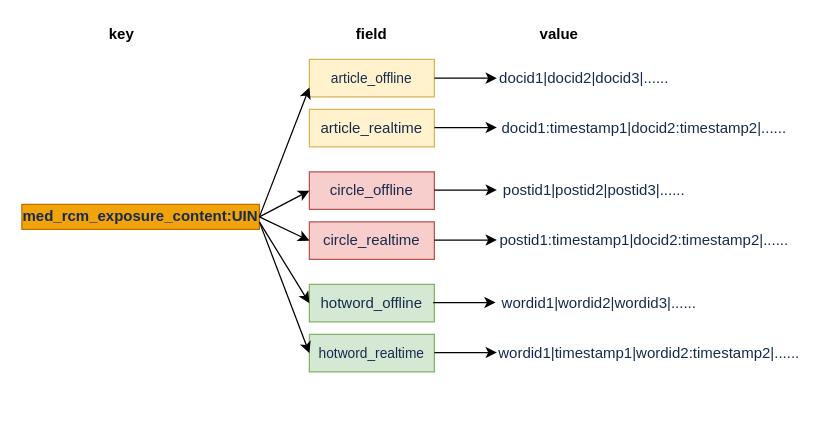
Before: exposure_redis_hash.drawio in checkking/diagrams, a draw.io diagram. Source tidied: cells renumbered, new cells numbered last; positions are measured from the earlier drawing's top-left corner, leaving out a move shared by most shapes. Both pictures are drawn from the tidied source at 125%, with x=0, y=0 at pixel (21, 21).
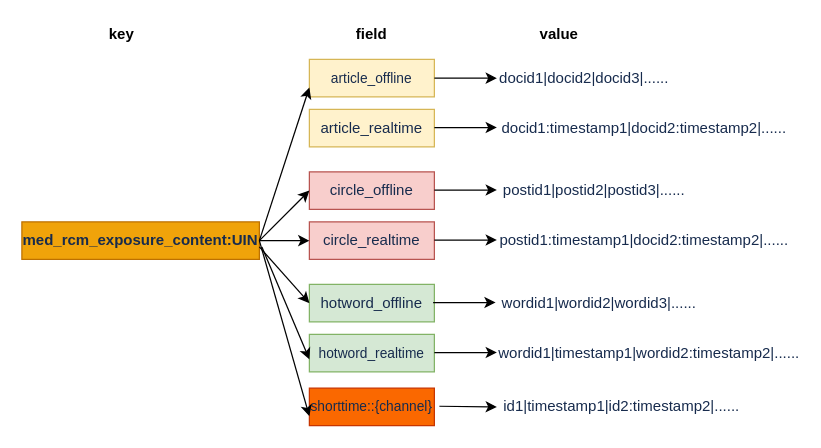
The same diagram, later.

The change refers to these unchanged cells:
```xml
<mxCell id="5" value="&lt;span style=&quot;margin: 0px ; color: rgb(23 , 43 , 77) ; text-align: left&quot;&gt;&lt;font style=&quot;font-size: 12px&quot;&gt;circle_offline&lt;/font&gt;&lt;/span&gt;" style="rounded=0;whiteSpace=wrap;html=1;fillColor=#f8cecc;strokeColor=#b85450;" parent="1" vertex="1">
  <mxGeometry x="230" y="120" width="100" height="30" as="geometry" />
</mxCell>
<mxCell id="6" value="&lt;span style=&quot;margin: 0px ; color: rgb(23 , 43 , 77) ; text-align: left&quot;&gt;&lt;font style=&quot;font-size: 12px&quot;&gt;&lt;span style=&quot;margin: 0px&quot;&gt;circle&lt;/span&gt;_realtime&lt;/font&gt;&lt;/span&gt;" style="rounded=0;whiteSpace=wrap;html=1;fillColor=#f8cecc;strokeColor=#b85450;" parent="1" vertex="1">
  <mxGeometry x="230" y="160" width="100" height="30" as="geometry" />
</mxCell>
<mxCell id="7" value="&lt;span style=&quot;margin: 0px ; color: rgb(23 , 43 , 77) ; text-align: left&quot;&gt;&lt;font style=&quot;font-size: 12px&quot;&gt;hotword_offline&lt;/font&gt;&lt;/span&gt;" style="rounded=0;whiteSpace=wrap;html=1;fillColor=#d5e8d4;strokeColor=#82b366;" parent="1" vertex="1">
  <mxGeometry x="230" y="210" width="100" height="30" as="geometry" />
</mxCell>
<mxCell id="8" value="&lt;span style=&quot;margin: 0px ; color: rgb(23 , 43 , 77) ; text-align: left&quot;&gt;&lt;font style=&quot;font-size: 11px&quot;&gt;hotword_realtime&lt;/font&gt;&lt;/span&gt;" style="rounded=0;whiteSpace=wrap;html=1;fontSize=11;fillColor=#d5e8d4;strokeColor=#82b366;" parent="1" vertex="1">
  <mxGeometry x="230" y="250" width="100" height="30" as="geometry" />
</mxCell>
```

Change to the diagram source:
```diff
@@
     <mxCell id="2" value="&lt;strong style=&quot;margin: 0px ; color: rgb(23 , 43 , 77) ; text-align: left&quot;&gt;&lt;span style=&quot;margin: 0px&quot;&gt;&lt;font style=&quot;font-size: 12px&quot;&gt;med_rcm_exposure_content:UIN&lt;/font&gt;&lt;/span&gt;&lt;/strong&gt;" style="rounded=0;whiteSpace=wrap;html=1;fillColor=#f0a30a;strokeColor=#BD7000;fontColor=#ffffff;" parent="1" vertex="1">
-      <mxGeometry y="146" width="190" height="20" as="geometry" />
+      <mxGeometry y="160" width="190" height="30" as="geometry" />
     </mxCell>
@@
-    <mxCell id="10" style="endArrow=classic;html=1;entryX=0;entryY=0.5;entryDx=0;entryDy=0;" parent="1" edge="1" target="5">
-      <mxGeometry relative="1" as="geometry">
-        <mxPoint x="190" y="156" as="sourcePoint" />
-      </mxGeometry>
+    <mxCell id="10" style="endArrow=classic;html=1;entryX=0;entryY=0.5;entryDx=0;entryDy=0;exitX=1;exitY=0.5;exitDx=0;exitDy=0;" parent="1" edge="1" source="2" target="5">
+      <mxGeometry relative="1" as="geometry" />
     </mxCell>
     <mxCell id="11" style="endArrow=classic;html=1;entryX=0;entryY=0.5;entryDx=0;entryDy=0;" parent="1" edge="1" target="6">
       <mxGeometry relative="1" as="geometry">
-        <mxPoint x="190" y="156" as="sourcePoint" />
+        <mxPoint x="190" y="175" as="sourcePoint" />
       </mxGeometry>
     </mxCell>
     <mxCell id="12" style="endArrow=classic;html=1;entryX=0;entryY=0.5;entryDx=0;entryDy=0;" parent="1" edge="1" target="7">
       <mxGeometry relative="1" as="geometry">
-        <mxPoint x="190" y="160" as="sourcePoint" />
+        <mxPoint x="190" y="180" as="sourcePoint" />
       </mxGeometry>
     </mxCell>
-    <mxCell id="13" style="endArrow=classic;html=1;entryX=0;entryY=0.5;entryDx=0;entryDy=0;" parent="1" edge="1" target="8">
+    <mxCell id="13" style="endArrow=classic;html=1;" parent="1" edge="1">
       <mxGeometry relative="1" as="geometry">
-        <mxPoint x="190" y="160" as="sourcePoint" />
+        <mxPoint x="192" y="180" as="sourcePoint" />
+        <mxPoint x="230" y="270" as="targetPoint" />
       </mxGeometry>
     </mxCell>
@@
+    <mxCell id="29" value="&lt;font color=&quot;#172b4d&quot;&gt;shorttime::{channel}&lt;/font&gt;" style="rounded=0;whiteSpace=wrap;html=1;fontSize=11;fillColor=#fa6800;strokeColor=#C73500;fontColor=#ffffff;" parent="1" vertex="1">
+      <mxGeometry x="230" y="293" width="100" height="30" as="geometry" />
+    </mxCell>
+    <mxCell id="30" style="endArrow=classic;html=1;strokeColor=#000000;entryX=0;entryY=0.75;entryDx=0;entryDy=0;exitX=1;exitY=0.5;exitDx=0;exitDy=0;" parent="1" edge="1" source="2" target="29">
+      <mxGeometry relative="1" as="geometry" />
+    </mxCell>
+    <mxCell id="31" value="&lt;span style=&quot;color: rgb(23 , 43 , 77) ; text-align: left ; background-color: rgb(255 , 255 , 255)&quot;&gt;id1|timestamp1|id2:timestamp2|......&lt;/span&gt;" style="text;html=1;strokeColor=none;fillColor=none;align=center;verticalAlign=middle;whiteSpace=wrap;rounded=0;" parent="1" vertex="1">
+      <mxGeometry x="460" y="298" width="40" height="20" as="geometry" />
+    </mxCell>
+    <mxCell id="32" style="endArrow=classic;html=1;exitX=1;exitY=0.5;exitDx=0;exitDy=0;" parent="1" edge="1">
+      <mxGeometry relative="1" as="geometry">
+        <mxPoint x="334" y="307.5" as="sourcePoint" />
+        <mxPoint x="380" y="308" as="targetPoint" />
+      </mxGeometry>
+    </mxCell>
```
